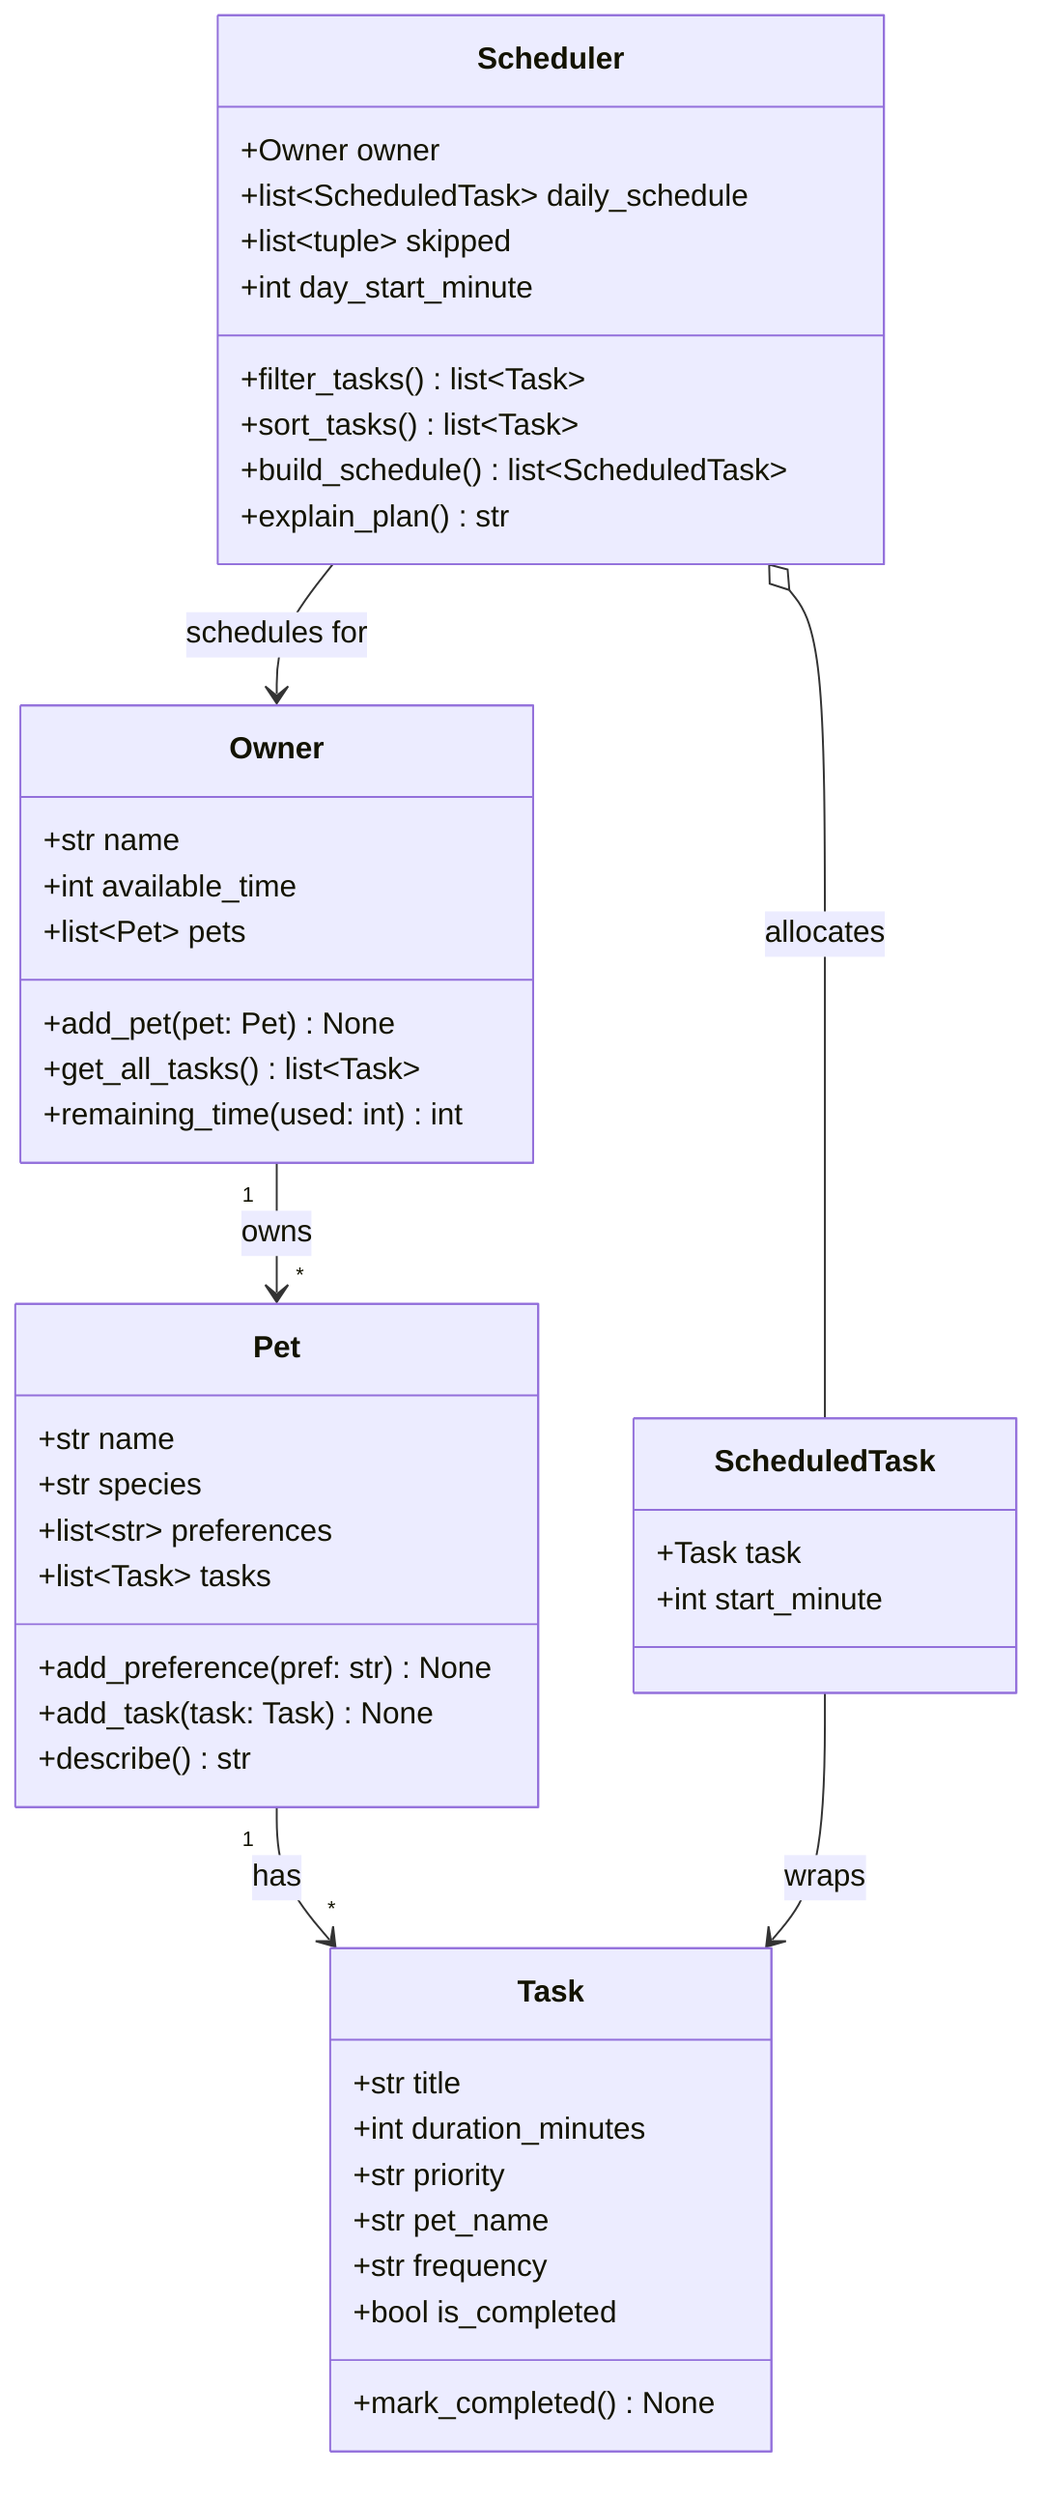
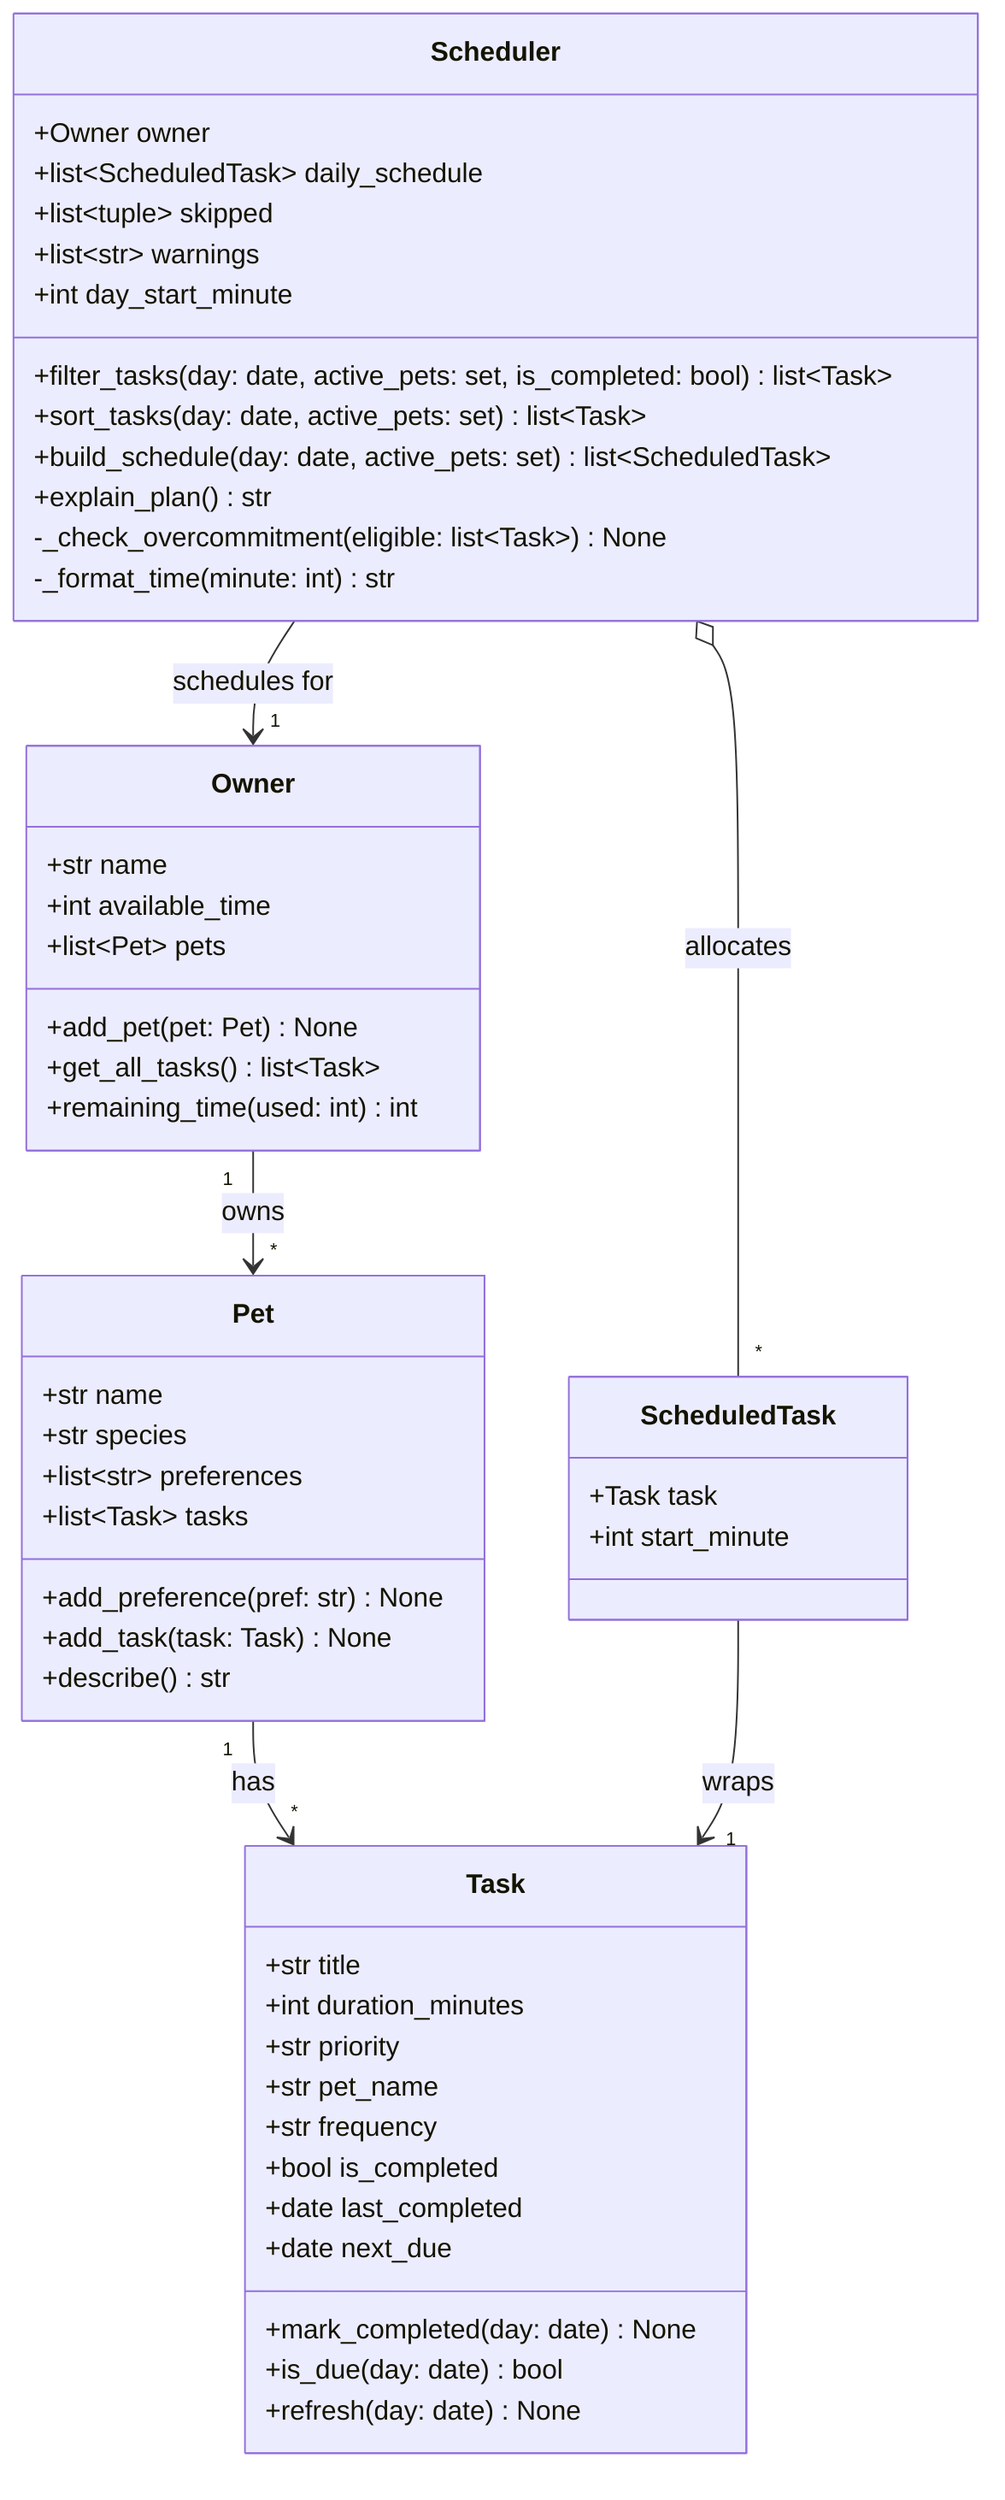
classDiagram
-     %% PawPal+ class diagram
-     %% Keep this file updated so it matches your final implementation.
+     %% PawPal+ class diagram — matches the final implementation in pawpal_system.py

    class Task {
        +str title
        +int duration_minutes
        +str priority
        +str pet_name
        +str frequency
        +bool is_completed
-         +mark_completed() None
+         +date last_completed
+         +date next_due
+         +mark_completed(day: date) None
+         +is_due(day: date) bool
+         +refresh(day: date) None
    }

    class Pet {
        +str name
        +str species
        +list~str~ preferences
        +list~Task~ tasks
        +add_preference(pref: str) None
        +add_task(task: Task) None
        +describe() str
    }

    class Owner {
        +str name
        +int available_time
        +list~Pet~ pets
        +add_pet(pet: Pet) None
        +get_all_tasks() list~Task~
        +remaining_time(used: int) int
    }

    class ScheduledTask {
        +Task task
        +int start_minute
    }

    class Scheduler {
        +Owner owner
        +list~ScheduledTask~ daily_schedule
        +list~tuple~ skipped
+         +list~str~ warnings
        +int day_start_minute
-         +filter_tasks() list~Task~
-         +sort_tasks() list~Task~
-         +build_schedule() list~ScheduledTask~
+         +filter_tasks(day: date, active_pets: set, is_completed: bool) list~Task~
+         +sort_tasks(day: date, active_pets: set) list~Task~
+         +build_schedule(day: date, active_pets: set) list~ScheduledTask~
        +explain_plan() str
+         -_check_overcommitment(eligible: list~Task~) None
+         -_format_time(minute: int) str
    }

    Owner "1" --> "*" Pet : owns
    Pet "1" --> "*" Task : has
-     Scheduler --> Owner : schedules for
-     Scheduler o-- ScheduledTask : allocates
-     ScheduledTask --> Task : wraps
+     Scheduler --> "1" Owner : schedules for
+     Scheduler o-- "*" ScheduledTask : allocates
+     ScheduledTask --> "1" Task : wraps
